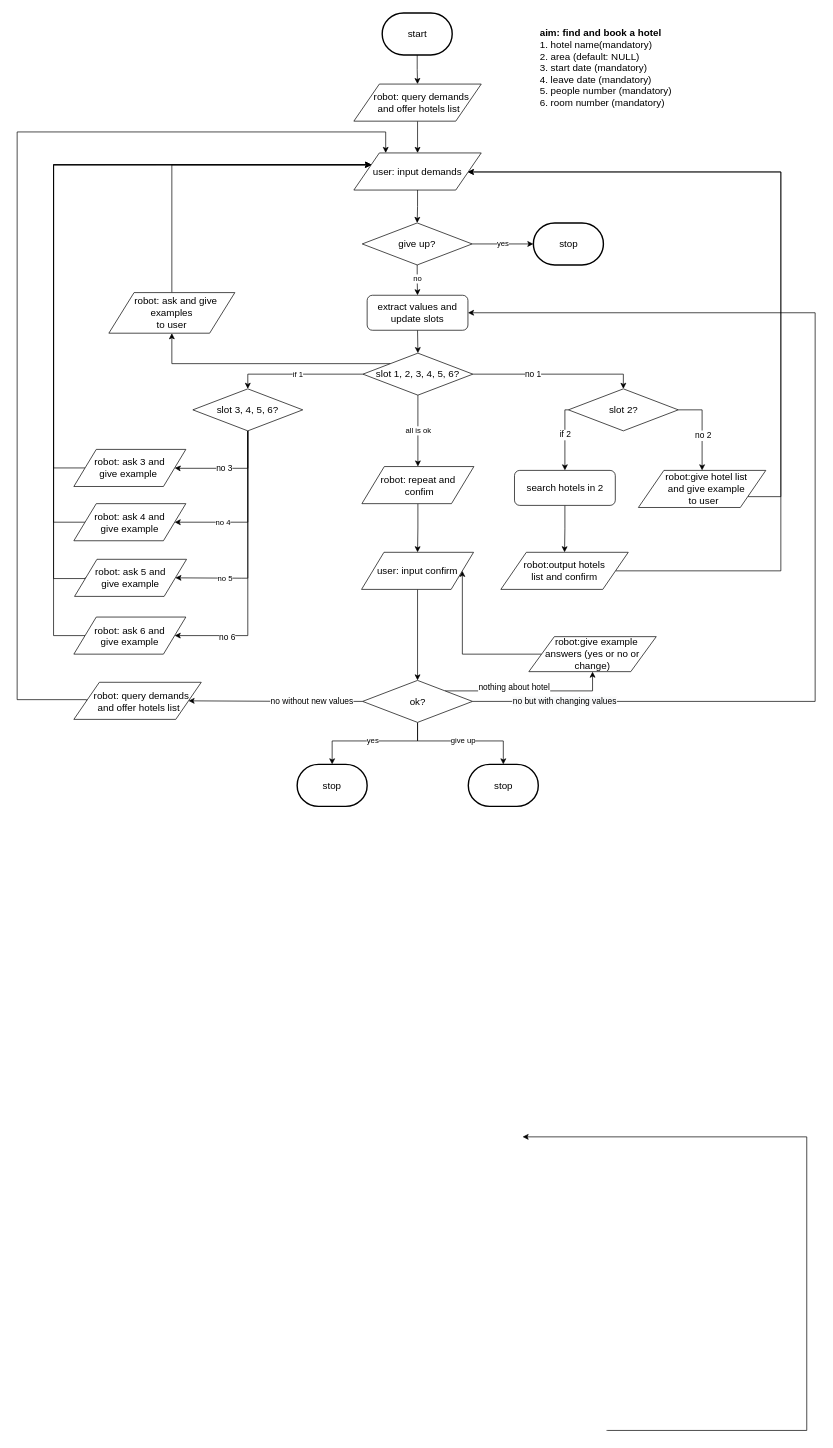
Earlier version of the draw.io diagram flow_diagram/living_plan.drawio (ricosr/travel_consult_chatbot). Source tidied: cells renumbered, new cells numbered last; positions are measured from the earlier drawing's top-left corner, leaving out a move shared by most shapes. Both pictures are drawn from the tidied source at 70%, with x=0, y=0 at pixel (17, 13).
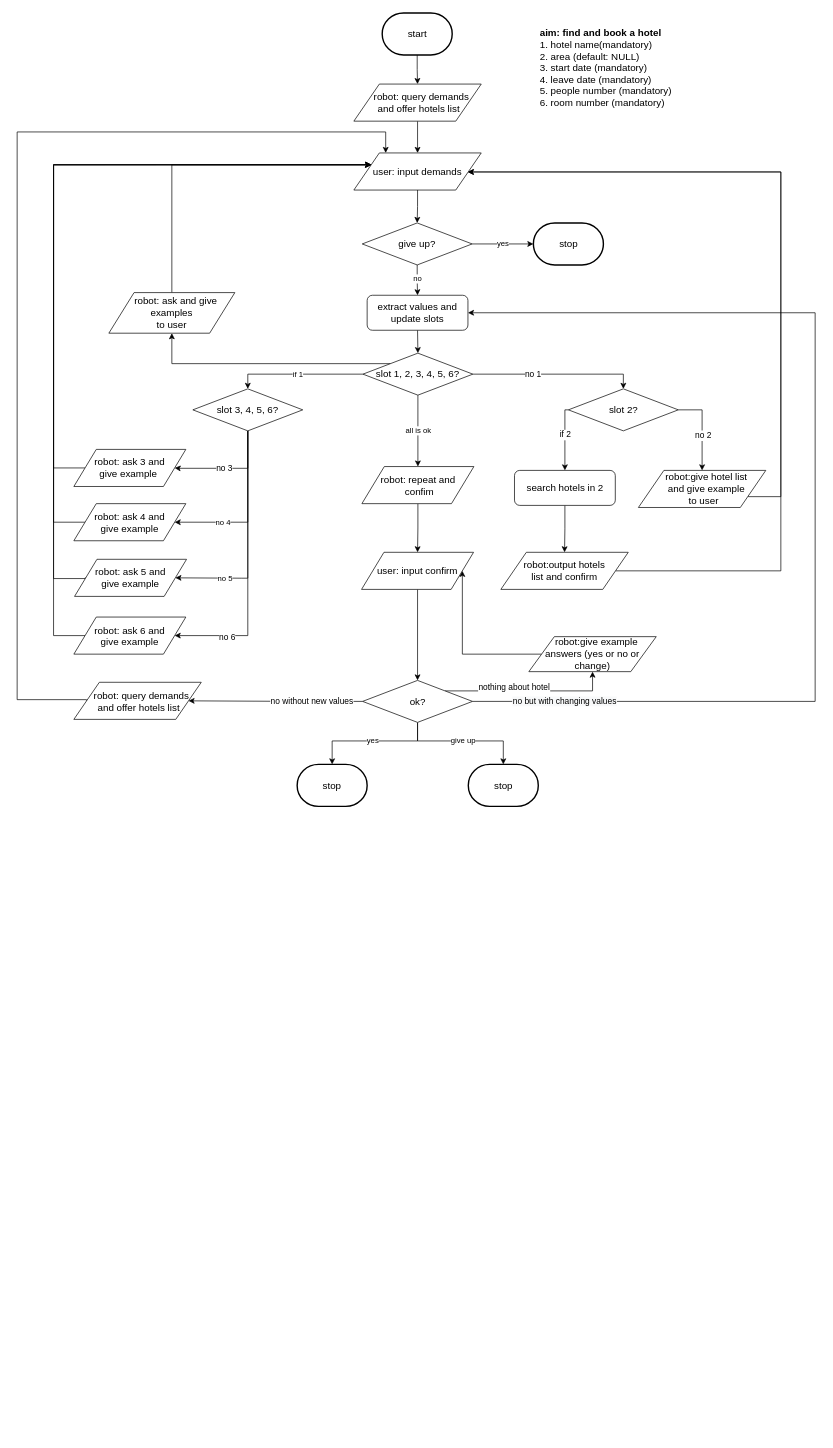
Above is the later version.

The edit, as a diff of the source:
```diff
@@
-    <mxCell id="2" style="edgeStyle=orthogonalEdgeStyle;rounded=0;orthogonalLoop=1;jettySize=auto;html=1;exitX=1;exitY=0.5;exitDx=0;exitDy=0;entryX=1;entryY=0.5;entryDx=0;entryDy=0;" parent="1" edge="1">
-      <mxGeometry relative="1" as="geometry">
-        <mxPoint x="842" y="2025" as="sourcePoint" />
-        <mxPoint x="722" y="1605.6" as="targetPoint" />
-        <Array as="points">
-          <mxPoint x="843" y="2025" />
-          <mxPoint x="1128" y="2025" />
-          <mxPoint x="1128" y="1605" />
-        </Array>
-      </mxGeometry>
-    </mxCell>
```
